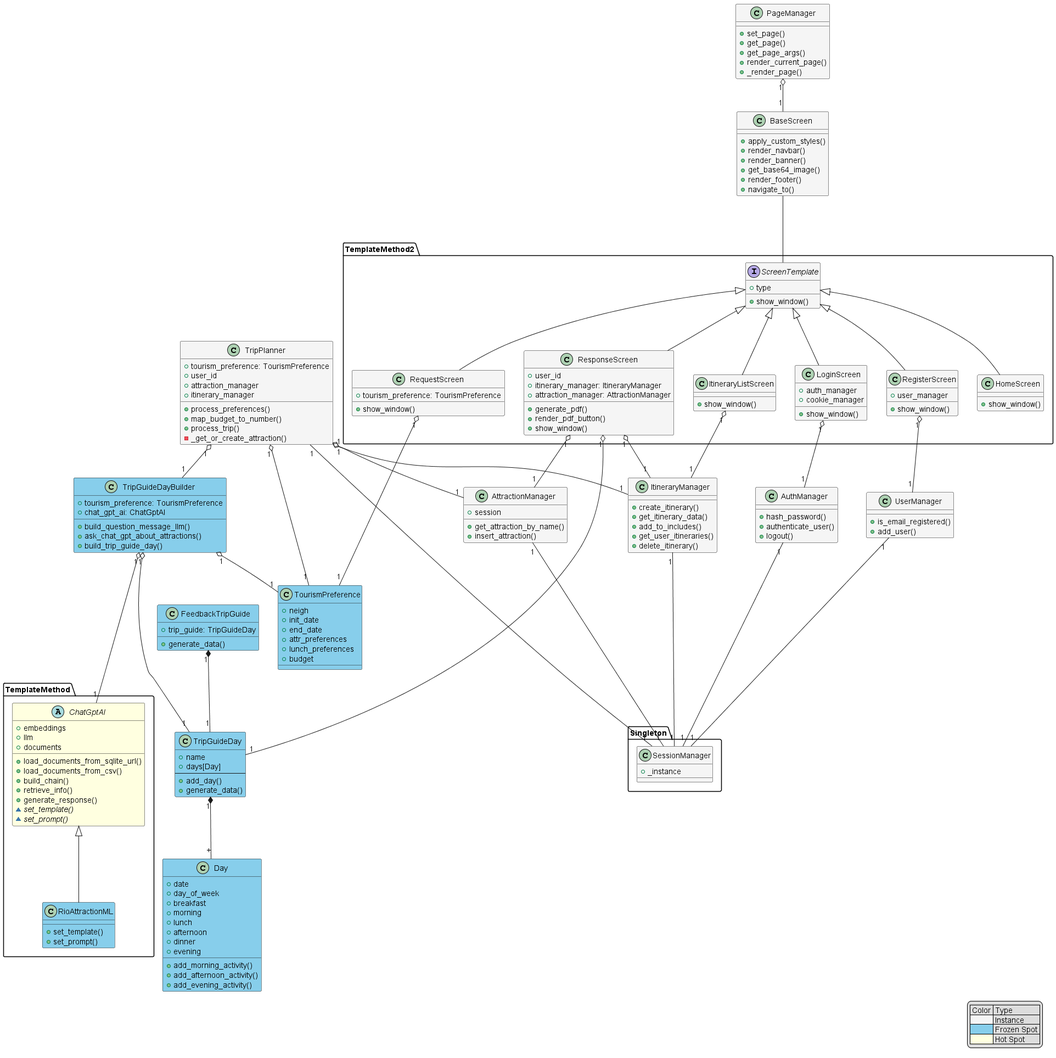
Before: out/diagramacao/diagramacao.png, a diagram exported from PlantUML (isobrrj/where-to-rio). The source it was exported from:
```plantuml
@startuml

skinparam classFontColor automatic
skinparam classHeaderBackgroundColor #444
allow_mixing

class BaseScreen #WhiteSmoke {
    + apply_custom_styles()
    + render_navbar()
    + render_banner()
    + get_base64_image()
    + render_footer()
    + navigate_to()
}

package TemplateMethod2 {

    Interface ScreenTemplate #WhiteSmoke {
        + type
        + show_window()
    }


    class HomeScreen #WhiteSmoke {
        + show_window()
    }

    class ItineraryListScreen #WhiteSmoke {
        + show_window()
    }

    class LoginScreen #WhiteSmoke {
        + auth_manager
        + cookie_manager

        + show_window()
    }

    class RegisterScreen #WhiteSmoke{
        + user_manager

        + show_window()
    }

    class ResponseScreen #WhiteSmoke {
        + user_id
        + itinerary_manager: ItineraryManager
        + attraction_manager: AttractionManager

        + generate_pdf()
        + render_pdf_button()
        + show_window()
    }

    class RequestScreen #WhiteSmoke {
        + tourism_preference: TourismPreference
        + show_window()
    }

}
class TourismPreference #SkyBlue {
    + neigh
    + init_date
    + end_date
    + attr_preferences
    + lunch_preferences
    + budget

}

class FeedbackTripGuide #SkyBlue {
    + trip_guide: TripGuideDay
    + generate_data()
}

class TripGuideDay #SkyBlue {
    + name
    + days[Day]
    --
    + add_day()
    + generate_data()
}

class Day #SkyBlue {
    + date
    + day_of_week
    + breakfast
    + morning
    + lunch
    + afternoon
    + dinner
    + evening

    + add_morning_activity()
    + add_afternoon_activity()
    + add_evening_activity()
}

class TripGuideDayBuilder #SkyBlue {
    + tourism_preference: TourismPreference
    + chat_gpt_ai: ChatGptAI

    + build_question_message_llm()
    + ask_chat_gpt_about_attractions()
    + build_trip_guide_day()
}

package TemplateMethod {
    abstract ChatGptAI #LightYellow {
        + embeddings
        + llm
        + documents

        + load_documents_from_sqlite_url()
        + load_documents_from_csv()
        + build_chain()
        + retrieve_info()
        + generate_response()
        ~{abstract} set_template()
        ~{abstract} set_prompt()
    }

    class RioAttractionML #SkyBlue{
        + set_template()
        + set_prompt()
    }
}

class TripPlanner #WhiteSmoke {
    + tourism_preference: TourismPreference
    + user_id
    + attraction_manager
    + itinerary_manager

    + process_preferences()
    + map_budget_to_number()
    + process_trip()
    - _get_or_create_attraction()
}

class AttractionManager #WhiteSmoke {
    + session

    + get_attraction_by_name()
    + insert_attraction()
}

class AuthManager #WhiteSmoke {
    + hash_password()
    + authenticate_user()
    + logout()
}

class ItineraryManager #WhiteSmoke {
    + create_itinerary()
    + get_itinerary_data()
    + add_to_includes()
    + get_user_itineraries()
    + delete_itinerary()
}

class PageManager #WhiteSmoke {
    + set_page()
    + get_page()
    + get_page_args()
    + render_current_page()
    + _render_page()
}

class UserManager #WhiteSmoke {
    + is_email_registered()
    + add_user()
}

package Singleton {

    class SessionManager #WhiteSmoke {
        + _instance
    }
}

BaseScreen --- ScreenTemplate
ScreenTemplate  <|-- LoginScreen
ScreenTemplate <|-- ResponseScreen
ScreenTemplate <|-- RequestScreen
ScreenTemplate <|-- ItineraryListScreen
ScreenTemplate <|-- HomeScreen
ScreenTemplate <|-- RegisterScreen

ItineraryListScreen  "1" o-- "1" ItineraryManager

ResponseScreen "1" o-- "1" ItineraryManager
ResponseScreen "1" o-- "1" AttractionManager

PageManager "1" o-- "1" BaseScreen
LoginScreen "1" o-- "1" AuthManager
RegisterScreen "1" o-- "1" UserManager

ChatGptAI <|-- RioAttractionML

TripGuideDay "1" *-- "+" Day

FeedbackTripGuide "1" *-- "1" TripGuideDay

TripGuideDayBuilder "1" o-- "1" TourismPreference
TripGuideDayBuilder "1" o--- "1" TripGuideDay
TripGuideDayBuilder "1" o--- "1" ChatGptAI

TripPlanner "1" o-- "1" TripGuideDayBuilder
TripPlanner "1" o-- "1" TourismPreference
TripPlanner "1" o-- "1" ItineraryManager
TripPlanner "1" o-- "1" AttractionManager

RequestScreen "1" o-- "1" TourismPreference
ResponseScreen  "1" o-- "1" TripGuideDay

AttractionManager "1" --- "1" SessionManager
AuthManager "1" --- "1" SessionManager
ItineraryManager "1" --- "1" SessionManager
UserManager "1" --- "1" SessionManager
TripPlanner "1" --- "1" SessionManager

legend right
    | Color | Type |
    |<#WhiteSmoke>| Instance |
    |<#SkyBlue>| Frozen Spot |
    |<#LightYellow>| Hot Spot|
endlegend

@enduml
```
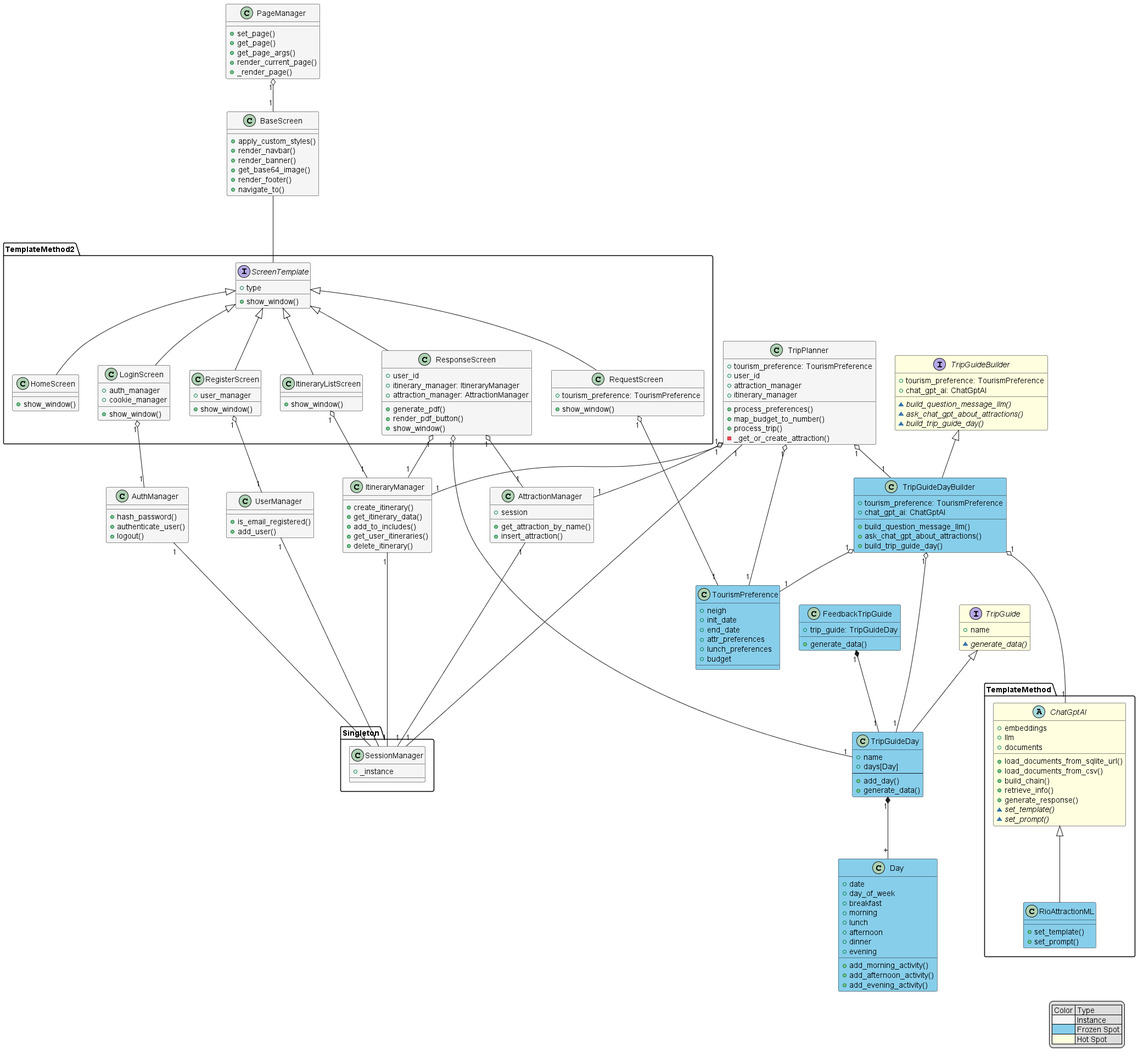
Above is the later version.

Commit message:
Atualiza imagem do diagrama de classes

Diff of the diagram source:
```diff
@@ -73,6 +73,12 @@
     + generate_data()
 }
 
+interface TripGuide #LightYellow {
+    + name
+
+    ~{abstract} generate_data()
+}
+
 class TripGuideDay #SkyBlue {
     + name
     + days[Day]
@@ -94,6 +100,15 @@
     + add_morning_activity()
     + add_afternoon_activity()
     + add_evening_activity()
+}
+
+interface TripGuideBuilder #LightYellow {
+    + tourism_preference: TourismPreference
+    + chat_gpt_ai: ChatGptAI
+
+    ~{abstract} build_question_message_llm()
+    ~{abstract} ask_chat_gpt_about_attractions()
+    ~{abstract} build_trip_guide_day()
 }
 
 class TripGuideDayBuilder #SkyBlue {
@@ -198,6 +213,10 @@
 
 ChatGptAI <|-- RioAttractionML
 
+TripGuide <|-- TripGuideDay
+TripGuideBuilder <|-- TripGuideDayBuilder
+
+
 TripGuideDay "1" *-- "+" Day
 
 FeedbackTripGuide "1" *-- "1" TripGuideDay
```
